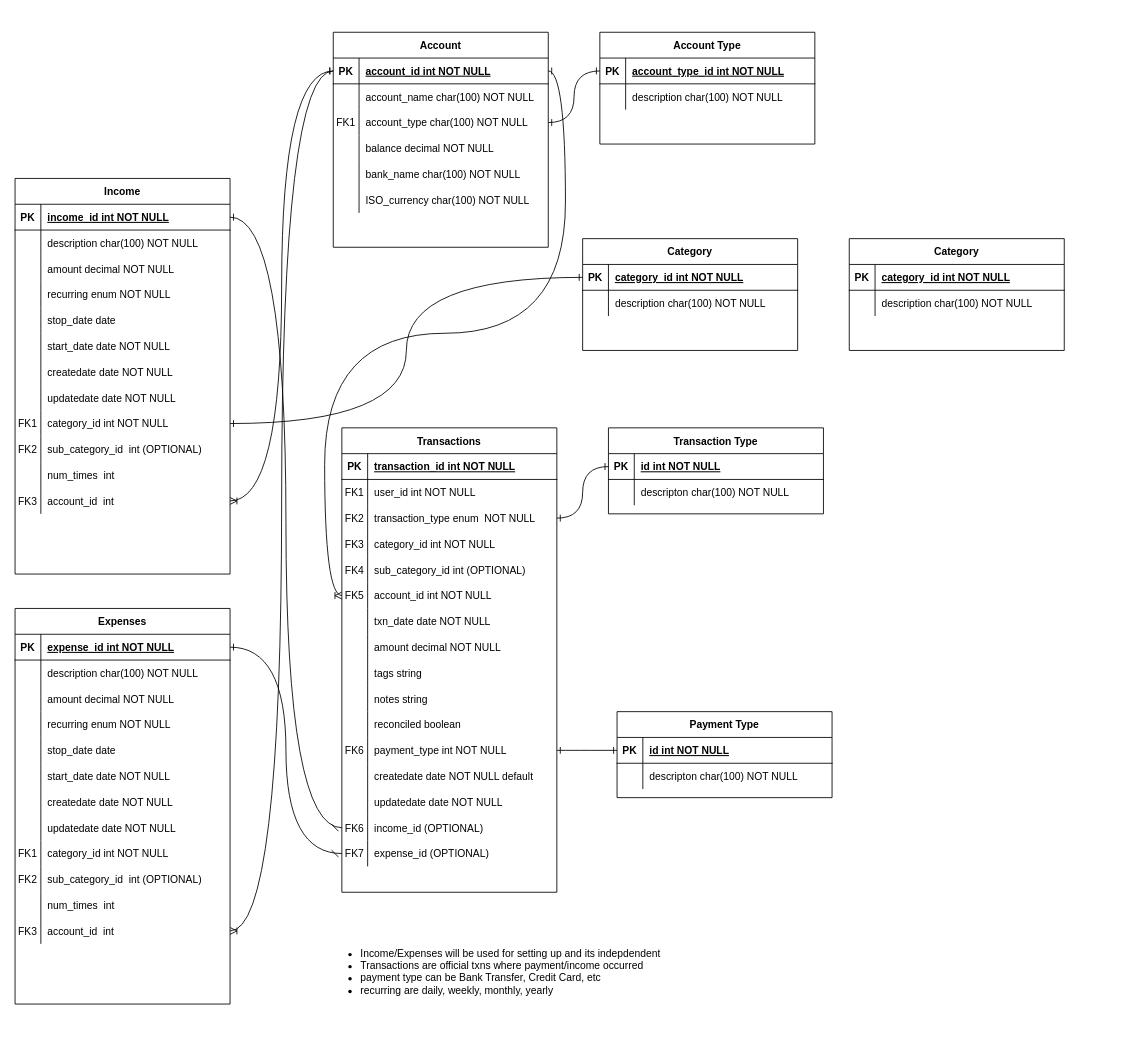
Earlier version of the draw.io diagram mockitplace.drawio (itpreneur/123-Essential-JavaScript-Interview-Questions). Source tidied: cells renumbered, new cells numbered last; positions are measured from the earlier drawing's top-left corner, leaving out a move shared by most shapes. Both pictures are drawn from the tidied source at 86%, with x=0, y=0 at pixel (15, 32).
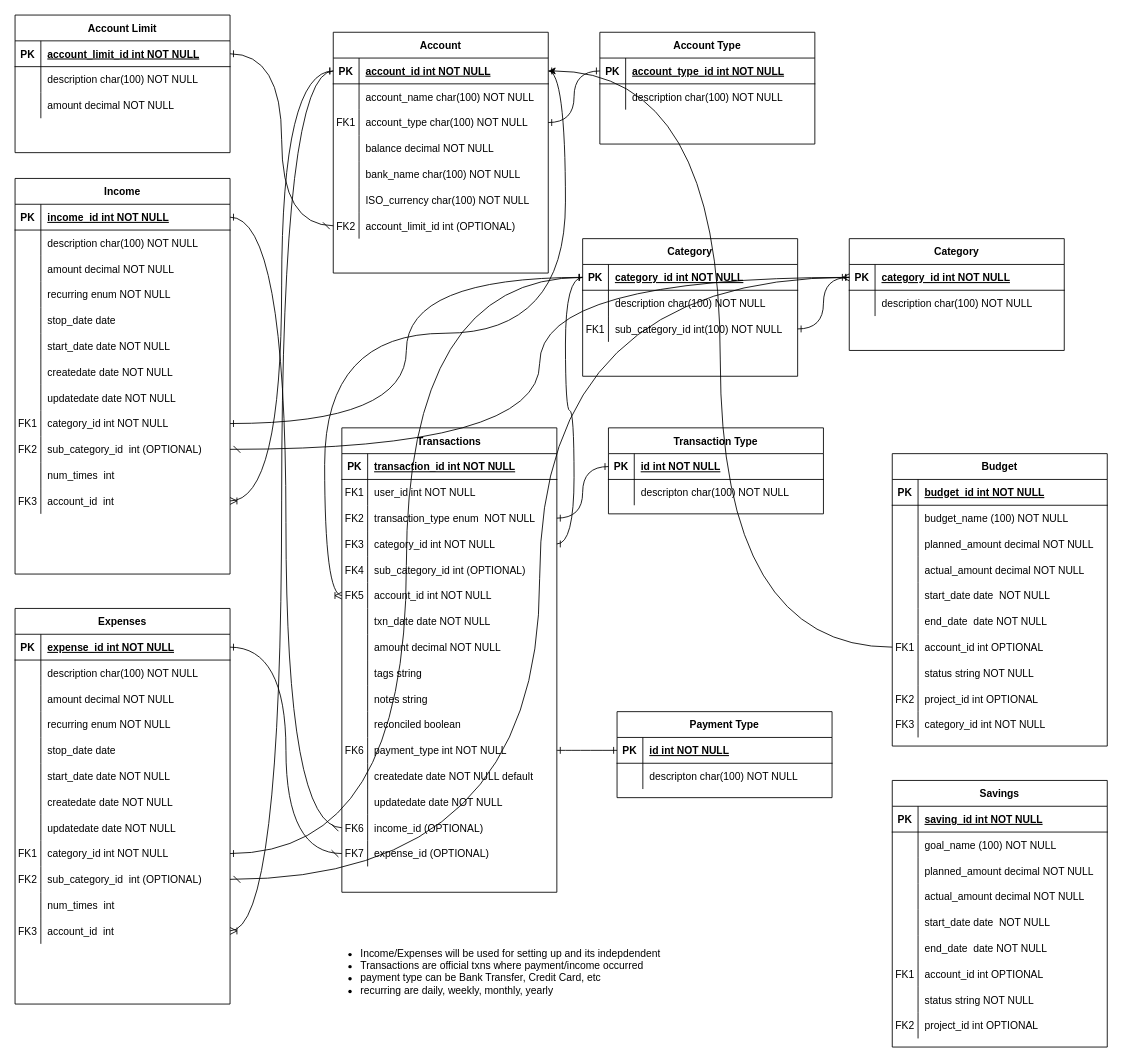
After the change.

The change refers to these unchanged cells:
```xml
<mxCell id="12" style="shape=partialRectangle;fillColor=none;points=[[0,0.5],[1,0.5]];portConstraint=eastwest;top=0;left=0;right=0;bottom=0;" parent="2" vertex="1">
  <mxGeometry y="120" width="250" height="30" as="geometry" />
</mxCell>
<mxCell id="52" style="shape=partialRectangle;fillColor=none;points=[[0,0.5],[1,0.5]];portConstraint=eastwest;top=0;left=0;right=0;bottom=1;" parent="51" vertex="1">
  <mxGeometry y="30" width="250" height="30" as="geometry" />
</mxCell>
<mxCell id="114" style="shape=partialRectangle;fillColor=none;points=[[0,0.5],[1,0.5]];portConstraint=eastwest;top=0;left=0;right=0;bottom=0;" parent="86" vertex="1">
  <mxGeometry y="300" width="250" height="30" as="geometry" />
</mxCell>
<mxCell id="148" style="shape=partialRectangle;fillColor=none;points=[[0,0.5],[1,0.5]];portConstraint=eastwest;top=0;left=0;right=0;bottom=0;" parent="123" vertex="1">
  <mxGeometry y="270" width="250" height="30" as="geometry" />
</mxCell>
<mxCell id="151" style="shape=partialRectangle;fillColor=none;points=[[0,0.5],[1,0.5]];portConstraint=eastwest;top=0;left=0;right=0;bottom=0;" parent="123" vertex="1">
  <mxGeometry y="300" width="250" height="30" as="geometry" />
</mxCell>
<mxCell id="175" style="shape=partialRectangle;fillColor=none;points=[[0,0.5],[1,0.5]];portConstraint=eastwest;top=0;left=0;right=0;bottom=1;" parent="174" vertex="1">
  <mxGeometry y="30" width="250" height="30" as="geometry" />
</mxCell>
<mxCell id="182" style="shape=partialRectangle;fillColor=none;points=[[0,0.5],[1,0.5]];portConstraint=eastwest;top=0;left=0;right=0;bottom=1;" parent="181" vertex="1">
  <mxGeometry y="30" width="250" height="30" as="geometry" />
</mxCell>
```

Diff of the diagram source:
```diff
@@
     <mxCell id="51" value="Account" style="shape=table;startSize=30;childLayout=tableLayout;rowLines=0;fontStyle=1;align=center;" parent="1" vertex="1">
-      <mxGeometry x="370" width="250" height="250" as="geometry" />
+      <mxGeometry x="370" width="250" height="280" as="geometry" />
     </mxCell>
@@
+    <mxCell id="189" style="shape=partialRectangle;fillColor=none;points=[[0,0.5],[1,0.5]];portConstraint=eastwest;top=0;left=0;right=0;bottom=0;" parent="51" vertex="1">
+      <mxGeometry y="210" width="250" height="30" as="geometry" />
+    </mxCell>
+    <mxCell id="190" value="FK2" style="shape=partialRectangle;overflow=hidden;fillColor=none;top=0;left=0;bottom=0;right=0;" parent="189" vertex="1">
+      <mxGeometry width="30" height="30" as="geometry" />
+    </mxCell>
+    <mxCell id="191" value="account_limit_id int (OPTIONAL)" style="shape=partialRectangle;overflow=hidden;fillColor=none;top=0;left=0;bottom=0;right=0;align=left;spacingLeft=6;" parent="189" vertex="1">
+      <mxGeometry x="30" width="220" height="30" as="geometry" />
+    </mxCell>
@@
     <mxCell id="174" value="Category" style="shape=table;startSize=30;childLayout=tableLayout;rowLines=0;fontStyle=1;align=center;" parent="1" vertex="1">
-      <mxGeometry x="660" y="240" width="250" height="130" as="geometry" />
+      <mxGeometry x="660" y="240" width="250" height="160" as="geometry" />
     </mxCell>
@@
+    <mxCell id="192" style="shape=partialRectangle;fillColor=none;points=[[0,0.5],[1,0.5]];portConstraint=eastwest;top=0;left=0;right=0;bottom=0;" parent="174" vertex="1">
+      <mxGeometry y="90" width="250" height="30" as="geometry" />
+    </mxCell>
+    <mxCell id="193" value="FK1" style="shape=partialRectangle;overflow=hidden;fillColor=none;top=0;left=0;bottom=0;right=0;" parent="192" vertex="1">
+      <mxGeometry width="30" height="30" as="geometry" />
+    </mxCell>
+    <mxCell id="194" value="sub_category_id int(100) NOT NULL" style="shape=partialRectangle;overflow=hidden;fillColor=none;top=0;left=0;bottom=0;right=0;align=left;spacingLeft=6;" parent="192" vertex="1">
+      <mxGeometry x="30" width="220" height="30" as="geometry" />
+    </mxCell>
@@
+    <mxCell id="195" style="edgeStyle=orthogonalEdgeStyle;rounded=0;jettySize=auto;html=1;curved=1;startArrow=ERone;startFill=0;endArrow=ERoneToMany;endFill=0;" parent="1" edge="1" source="192" target="182">
+      <mxGeometry relative="1" as="geometry" />
+    </mxCell>
+    <mxCell id="196" style="edgeStyle=orthogonalEdgeStyle;rounded=0;jettySize=auto;html=1;curved=1;startArrow=ERone;startFill=0;endArrow=ERone;endFill=0;" parent="1" edge="1" source="12" target="175">
+      <mxGeometry relative="1" as="geometry" />
+    </mxCell>
+    <mxCell id="197" style="edgeStyle=orthogonalEdgeStyle;rounded=0;jettySize=auto;html=1;entryX=0;entryY=0.5;entryDx=0;entryDy=0;curved=1;startArrow=ERone;startFill=0;endArrow=ERone;endFill=0;" parent="1" edge="1" source="148" target="175">
+      <mxGeometry relative="1" as="geometry" />
+    </mxCell>
+    <mxCell id="198" style="edgeStyle=orthogonalEdgeStyle;rounded=0;jettySize=auto;html=1;curved=1;startArrow=dash;startFill=0;endArrow=ERone;endFill=0;" parent="1" edge="1" source="114" target="182">
+      <mxGeometry relative="1" as="geometry" />
+    </mxCell>
+    <mxCell id="199" style="edgeStyle=orthogonalEdgeStyle;rounded=0;jettySize=auto;html=1;curved=1;startArrow=dash;startFill=0;endArrow=ERone;endFill=0;" parent="1" edge="1" source="151" target="182">
+      <mxGeometry relative="1" as="geometry" />
+    </mxCell>
+    <mxCell id="200" value="Account Limit" style="shape=table;startSize=30;childLayout=tableLayout;rowLines=0;fontStyle=1;align=center;" parent="1" vertex="1">
+      <mxGeometry y="-20" width="250" height="160" as="geometry" />
+    </mxCell>
+    <mxCell id="201" style="shape=partialRectangle;fillColor=none;points=[[0,0.5],[1,0.5]];portConstraint=eastwest;top=0;left=0;right=0;bottom=1;" parent="200" vertex="1">
+      <mxGeometry y="30" width="250" height="30" as="geometry" />
+    </mxCell>
+    <mxCell id="202" value="PK" style="shape=partialRectangle;overflow=hidden;fillColor=none;top=0;left=0;bottom=0;right=0;fontStyle=1;" parent="201" vertex="1">
+      <mxGeometry width="30" height="30" as="geometry" />
+    </mxCell>
+    <mxCell id="203" value="account_limit_id int NOT NULL " style="shape=partialRectangle;overflow=hidden;fillColor=none;top=0;left=0;bottom=0;right=0;align=left;spacingLeft=6;fontStyle=5;" parent="201" vertex="1">
+      <mxGeometry x="30" width="220" height="30" as="geometry" />
+    </mxCell>
+    <mxCell id="204" style="shape=partialRectangle;fillColor=none;top=0;left=0;right=0;bottom=0;" parent="200" vertex="1">
+      <mxGeometry y="60" width="250" height="30" as="geometry" />
+    </mxCell>
+    <mxCell id="205" style="shape=partialRectangle;overflow=hidden;fillColor=none;top=0;left=0;bottom=0;right=0;" parent="204" vertex="1">
+      <mxGeometry width="30" height="30" as="geometry" />
+    </mxCell>
+    <mxCell id="206" value="description char(100) NOT NULL" style="shape=partialRectangle;overflow=hidden;fillColor=none;top=0;left=0;bottom=0;right=0;align=left;spacingLeft=6;" parent="204" vertex="1">
+      <mxGeometry x="30" width="220" height="30" as="geometry" />
+    </mxCell>
+    <mxCell id="207" style="shape=partialRectangle;fillColor=none;top=0;left=0;right=0;bottom=0;" parent="200" vertex="1">
+      <mxGeometry y="90" width="250" height="30" as="geometry" />
+    </mxCell>
+    <mxCell id="208" style="shape=partialRectangle;overflow=hidden;fillColor=none;top=0;left=0;bottom=0;right=0;" parent="207" vertex="1">
+      <mxGeometry width="30" height="30" as="geometry" />
+    </mxCell>
+    <mxCell id="209" value="amount decimal NOT NULL" style="shape=partialRectangle;overflow=hidden;fillColor=none;top=0;left=0;bottom=0;right=0;align=left;spacingLeft=6;" parent="207" vertex="1">
+      <mxGeometry x="30" width="220" height="30" as="geometry" />
+    </mxCell>
+    <mxCell id="210" style="edgeStyle=orthogonalEdgeStyle;rounded=0;jettySize=auto;html=1;entryX=1;entryY=0.5;entryDx=0;entryDy=0;curved=1;startArrow=dash;startFill=0;endArrow=ERone;endFill=0;" parent="1" edge="1" source="189" target="201">
+      <mxGeometry relative="1" as="geometry" />
+    </mxCell>
+    <mxCell id="211" value="Savings" style="shape=table;startSize=30;childLayout=tableLayout;rowLines=0;fontStyle=1;align=center;" parent="1" vertex="1">
+      <mxGeometry x="1020" y="870" width="250" height="310" as="geometry" />
+    </mxCell>
+    <mxCell id="212" style="shape=partialRectangle;fillColor=none;top=0;left=0;right=0;bottom=1;" parent="211" vertex="1">
+      <mxGeometry y="30" width="250" height="30" as="geometry" />
+    </mxCell>
+    <mxCell id="213" value="PK" style="shape=partialRectangle;overflow=hidden;fillColor=none;top=0;left=0;bottom=0;right=0;fontStyle=1;" parent="212" vertex="1">
+      <mxGeometry width="30" height="30" as="geometry" />
+    </mxCell>
+    <mxCell id="214" value="saving_id int NOT NULL " style="shape=partialRectangle;overflow=hidden;fillColor=none;top=0;left=0;bottom=0;right=0;align=left;spacingLeft=6;fontStyle=5;" parent="212" vertex="1">
+      <mxGeometry x="30" width="220" height="30" as="geometry" />
+    </mxCell>
+    <mxCell id="215" style="shape=partialRectangle;fillColor=none;top=0;left=0;right=0;bottom=0;" parent="211" vertex="1">
+      <mxGeometry y="60" width="250" height="30" as="geometry" />
+    </mxCell>
+    <mxCell id="216" style="shape=partialRectangle;overflow=hidden;fillColor=none;top=0;left=0;bottom=0;right=0;" parent="215" vertex="1">
+      <mxGeometry width="30" height="30" as="geometry" />
+    </mxCell>
+    <mxCell id="217" value="goal_name (100) NOT NULL" style="shape=partialRectangle;overflow=hidden;fillColor=none;top=0;left=0;bottom=0;right=0;align=left;spacingLeft=6;" parent="215" vertex="1">
+      <mxGeometry x="30" width="220" height="30" as="geometry" />
+    </mxCell>
+    <mxCell id="218" style="shape=partialRectangle;fillColor=none;top=0;left=0;right=0;bottom=0;" parent="211" vertex="1">
+      <mxGeometry y="90" width="250" height="30" as="geometry" />
+    </mxCell>
+    <mxCell id="219" style="shape=partialRectangle;overflow=hidden;fillColor=none;top=0;left=0;bottom=0;right=0;" parent="218" vertex="1">
+      <mxGeometry width="30" height="30" as="geometry" />
+    </mxCell>
+    <mxCell id="220" value="planned_amount decimal NOT NULL" style="shape=partialRectangle;overflow=hidden;fillColor=none;top=0;left=0;bottom=0;right=0;align=left;spacingLeft=6;" parent="218" vertex="1">
+      <mxGeometry x="30" width="220" height="30" as="geometry" />
+    </mxCell>
+    <mxCell id="221" style="shape=partialRectangle;fillColor=none;top=0;left=0;right=0;bottom=0;" parent="211" vertex="1">
+      <mxGeometry y="120" width="250" height="30" as="geometry" />
+    </mxCell>
+    <mxCell id="222" style="shape=partialRectangle;overflow=hidden;fillColor=none;top=0;left=0;bottom=0;right=0;" parent="221" vertex="1">
+      <mxGeometry width="30" height="30" as="geometry" />
+    </mxCell>
+    <mxCell id="223" value="actual_amount decimal NOT NULL" style="shape=partialRectangle;overflow=hidden;fillColor=none;top=0;left=0;bottom=0;right=0;align=left;spacingLeft=6;" parent="221" vertex="1">
+      <mxGeometry x="30" width="220" height="30" as="geometry" />
+    </mxCell>
+    <mxCell id="224" style="shape=partialRectangle;fillColor=none;top=0;left=0;right=0;bottom=0;" parent="211" vertex="1">
+      <mxGeometry y="150" width="250" height="30" as="geometry" />
+    </mxCell>
+    <mxCell id="225" style="shape=partialRectangle;overflow=hidden;fillColor=none;top=0;left=0;bottom=0;right=0;" parent="224" vertex="1">
+      <mxGeometry width="30" height="30" as="geometry" />
+    </mxCell>
+    <mxCell id="226" value="start_date date  NOT NULL" style="shape=partialRectangle;overflow=hidden;fillColor=none;top=0;left=0;bottom=0;right=0;align=left;spacingLeft=6;" parent="224" vertex="1">
+      <mxGeometry x="30" width="220" height="30" as="geometry" />
+    </mxCell>
+    <mxCell id="227" style="shape=partialRectangle;fillColor=none;top=0;left=0;right=0;bottom=0;" parent="211" vertex="1">
+      <mxGeometry y="180" width="250" height="30" as="geometry" />
+    </mxCell>
+    <mxCell id="228" style="shape=partialRectangle;overflow=hidden;fillColor=none;top=0;left=0;bottom=0;right=0;" parent="227" vertex="1">
+      <mxGeometry width="30" height="30" as="geometry" />
+    </mxCell>
+    <mxCell id="229" value="end_date  date NOT NULL" style="shape=partialRectangle;overflow=hidden;fillColor=none;top=0;left=0;bottom=0;right=0;align=left;spacingLeft=6;" parent="227" vertex="1">
+      <mxGeometry x="30" width="220" height="30" as="geometry" />
+    </mxCell>
+    <mxCell id="230" style="shape=partialRectangle;fillColor=none;top=0;left=0;right=0;bottom=0;" parent="211" vertex="1">
+      <mxGeometry y="210" width="250" height="30" as="geometry" />
+    </mxCell>
+    <mxCell id="231" value="FK1" style="shape=partialRectangle;overflow=hidden;fillColor=none;top=0;left=0;bottom=0;right=0;" parent="230" vertex="1">
+      <mxGeometry width="30" height="30" as="geometry" />
+    </mxCell>
+    <mxCell id="232" value="account_id int OPTIONAL" style="shape=partialRectangle;overflow=hidden;fillColor=none;top=0;left=0;bottom=0;right=0;align=left;spacingLeft=6;" parent="230" vertex="1">
+      <mxGeometry x="30" width="220" height="30" as="geometry" />
+    </mxCell>
+    <mxCell id="233" style="shape=partialRectangle;fillColor=none;top=0;left=0;right=0;bottom=0;" parent="211" vertex="1">
+      <mxGeometry y="240" width="250" height="30" as="geometry" />
+    </mxCell>
+    <mxCell id="234" style="shape=partialRectangle;overflow=hidden;fillColor=none;top=0;left=0;bottom=0;right=0;" parent="233" vertex="1">
+      <mxGeometry width="30" height="30" as="geometry" />
+    </mxCell>
+    <mxCell id="235" value="status string NOT NULL" style="shape=partialRectangle;overflow=hidden;fillColor=none;top=0;left=0;bottom=0;right=0;align=left;spacingLeft=6;" parent="233" vertex="1">
+      <mxGeometry x="30" width="220" height="30" as="geometry" />
+    </mxCell>
+    <mxCell id="236" style="shape=partialRectangle;fillColor=none;top=0;left=0;right=0;bottom=0;" parent="211" vertex="1">
+      <mxGeometry y="270" width="250" height="30" as="geometry" />
+    </mxCell>
+    <mxCell id="237" value="FK2" style="shape=partialRectangle;overflow=hidden;fillColor=none;top=0;left=0;bottom=0;right=0;" parent="236" vertex="1">
+      <mxGeometry width="30" height="30" as="geometry" />
+    </mxCell>
+    <mxCell id="238" value="project_id int OPTIONAL" style="shape=partialRectangle;overflow=hidden;fillColor=none;top=0;left=0;bottom=0;right=0;align=left;spacingLeft=6;" parent="236" vertex="1">
+      <mxGeometry x="30" width="220" height="30" as="geometry" />
+    </mxCell>
+    <mxCell id="239" value="Budget" style="shape=table;startSize=30;childLayout=tableLayout;rowLines=0;fontStyle=1;align=center;" parent="1" vertex="1">
+      <mxGeometry x="1020" y="490" width="250" height="340" as="geometry" />
+    </mxCell>
+    <mxCell id="240" style="shape=partialRectangle;fillColor=none;top=0;left=0;right=0;bottom=1;" parent="239" vertex="1">
+      <mxGeometry y="30" width="250" height="30" as="geometry" />
+    </mxCell>
+    <mxCell id="241" value="PK" style="shape=partialRectangle;overflow=hidden;fillColor=none;top=0;left=0;bottom=0;right=0;fontStyle=1;" parent="240" vertex="1">
+      <mxGeometry width="30" height="30" as="geometry" />
+    </mxCell>
+    <mxCell id="242" value="budget_id int NOT NULL " style="shape=partialRectangle;overflow=hidden;fillColor=none;top=0;left=0;bottom=0;right=0;align=left;spacingLeft=6;fontStyle=5;" parent="240" vertex="1">
+      <mxGeometry x="30" width="220" height="30" as="geometry" />
+    </mxCell>
+    <mxCell id="243" style="shape=partialRectangle;fillColor=none;top=0;left=0;right=0;bottom=0;" parent="239" vertex="1">
+      <mxGeometry y="60" width="250" height="30" as="geometry" />
+    </mxCell>
+    <mxCell id="244" style="shape=partialRectangle;overflow=hidden;fillColor=none;top=0;left=0;bottom=0;right=0;" parent="243" vertex="1">
+      <mxGeometry width="30" height="30" as="geometry" />
+    </mxCell>
+    <mxCell id="245" value="budget_name (100) NOT NULL" style="shape=partialRectangle;overflow=hidden;fillColor=none;top=0;left=0;bottom=0;right=0;align=left;spacingLeft=6;" parent="243" vertex="1">
+      <mxGeometry x="30" width="220" height="30" as="geometry" />
+    </mxCell>
+    <mxCell id="246" style="shape=partialRectangle;fillColor=none;top=0;left=0;right=0;bottom=0;" parent="239" vertex="1">
+      <mxGeometry y="90" width="250" height="30" as="geometry" />
+    </mxCell>
+    <mxCell id="247" style="shape=partialRectangle;overflow=hidden;fillColor=none;top=0;left=0;bottom=0;right=0;" parent="246" vertex="1">
+      <mxGeometry width="30" height="30" as="geometry" />
+    </mxCell>
+    <mxCell id="248" value="planned_amount decimal NOT NULL" style="shape=partialRectangle;overflow=hidden;fillColor=none;top=0;left=0;bottom=0;right=0;align=left;spacingLeft=6;" parent="246" vertex="1">
+      <mxGeometry x="30" width="220" height="30" as="geometry" />
+    </mxCell>
+    <mxCell id="249" style="shape=partialRectangle;fillColor=none;top=0;left=0;right=0;bottom=0;" parent="239" vertex="1">
+      <mxGeometry y="120" width="250" height="30" as="geometry" />
+    </mxCell>
+    <mxCell id="250" style="shape=partialRectangle;overflow=hidden;fillColor=none;top=0;left=0;bottom=0;right=0;" parent="249" vertex="1">
+      <mxGeometry width="30" height="30" as="geometry" />
+    </mxCell>
+    <mxCell id="251" value="actual_amount decimal NOT NULL" style="shape=partialRectangle;overflow=hidden;fillColor=none;top=0;left=0;bottom=0;right=0;align=left;spacingLeft=6;" parent="249" vertex="1">
+      <mxGeometry x="30" width="220" height="30" as="geometry" />
+    </mxCell>
+    <mxCell id="252" style="shape=partialRectangle;fillColor=none;top=0;left=0;right=0;bottom=0;" parent="239" vertex="1">
+      <mxGeometry y="150" width="250" height="30" as="geometry" />
+    </mxCell>
+    <mxCell id="253" style="shape=partialRectangle;overflow=hidden;fillColor=none;top=0;left=0;bottom=0;right=0;" parent="252" vertex="1">
+      <mxGeometry width="30" height="30" as="geometry" />
+    </mxCell>
+    <mxCell id="254" value="start_date date  NOT NULL" style="shape=partialRectangle;overflow=hidden;fillColor=none;top=0;left=0;bottom=0;right=0;align=left;spacingLeft=6;" parent="252" vertex="1">
+      <mxGeometry x="30" width="220" height="30" as="geometry" />
+    </mxCell>
+    <mxCell id="255" style="shape=partialRectangle;fillColor=none;top=0;left=0;right=0;bottom=0;" parent="239" vertex="1">
+      <mxGeometry y="180" width="250" height="30" as="geometry" />
+    </mxCell>
+    <mxCell id="256" style="shape=partialRectangle;overflow=hidden;fillColor=none;top=0;left=0;bottom=0;right=0;" parent="255" vertex="1">
+      <mxGeometry width="30" height="30" as="geometry" />
+    </mxCell>
+    <mxCell id="257" value="end_date  date NOT NULL" style="shape=partialRectangle;overflow=hidden;fillColor=none;top=0;left=0;bottom=0;right=0;align=left;spacingLeft=6;" parent="255" vertex="1">
+      <mxGeometry x="30" width="220" height="30" as="geometry" />
+    </mxCell>
+    <mxCell id="258" style="shape=partialRectangle;fillColor=none;points=[[0,0.5],[1,0.5]];portConstraint=eastwest;top=0;left=0;right=0;bottom=0;" parent="239" vertex="1">
+      <mxGeometry y="210" width="250" height="30" as="geometry" />
+    </mxCell>
+    <mxCell id="259" value="FK1" style="shape=partialRectangle;overflow=hidden;fillColor=none;top=0;left=0;bottom=0;right=0;" parent="258" vertex="1">
+      <mxGeometry width="30" height="30" as="geometry" />
+    </mxCell>
+    <mxCell id="260" value="account_id int OPTIONAL" style="shape=partialRectangle;overflow=hidden;fillColor=none;top=0;left=0;bottom=0;right=0;align=left;spacingLeft=6;" parent="258" vertex="1">
+      <mxGeometry x="30" width="220" height="30" as="geometry" />
+    </mxCell>
+    <mxCell id="261" style="shape=partialRectangle;fillColor=none;top=0;left=0;right=0;bottom=0;" parent="239" vertex="1">
+      <mxGeometry y="240" width="250" height="30" as="geometry" />
+    </mxCell>
+    <mxCell id="262" style="shape=partialRectangle;overflow=hidden;fillColor=none;top=0;left=0;bottom=0;right=0;" parent="261" vertex="1">
+      <mxGeometry width="30" height="30" as="geometry" />
+    </mxCell>
+    <mxCell id="263" value="status string NOT NULL" style="shape=partialRectangle;overflow=hidden;fillColor=none;top=0;left=0;bottom=0;right=0;align=left;spacingLeft=6;" parent="261" vertex="1">
+      <mxGeometry x="30" width="220" height="30" as="geometry" />
+    </mxCell>
+    <mxCell id="264" style="shape=partialRectangle;fillColor=none;top=0;left=0;right=0;bottom=0;" parent="239" vertex="1">
+      <mxGeometry y="270" width="250" height="30" as="geometry" />
+    </mxCell>
+    <mxCell id="265" value="FK2" style="shape=partialRectangle;overflow=hidden;fillColor=none;top=0;left=0;bottom=0;right=0;" parent="264" vertex="1">
+      <mxGeometry width="30" height="30" as="geometry" />
+    </mxCell>
+    <mxCell id="266" value="project_id int OPTIONAL" style="shape=partialRectangle;overflow=hidden;fillColor=none;top=0;left=0;bottom=0;right=0;align=left;spacingLeft=6;" parent="264" vertex="1">
+      <mxGeometry x="30" width="220" height="30" as="geometry" />
+    </mxCell>
+    <mxCell id="267" style="shape=partialRectangle;fillColor=none;top=0;left=0;right=0;bottom=0;" parent="239" vertex="1">
+      <mxGeometry y="300" width="250" height="30" as="geometry" />
+    </mxCell>
+    <mxCell id="268" value="FK3" style="shape=partialRectangle;overflow=hidden;fillColor=none;top=0;left=0;bottom=0;right=0;" parent="267" vertex="1">
+      <mxGeometry width="30" height="30" as="geometry" />
+    </mxCell>
+    <mxCell id="269" value="category_id int NOT NULL" style="shape=partialRectangle;overflow=hidden;fillColor=none;top=0;left=0;bottom=0;right=0;align=left;spacingLeft=6;" parent="267" vertex="1">
+      <mxGeometry x="30" width="220" height="30" as="geometry" />
+    </mxCell>
+    <mxCell id="270" style="edgeStyle=orthogonalEdgeStyle;rounded=0;jettySize=auto;html=1;entryX=1;entryY=0.5;entryDx=0;entryDy=0;curved=1;" parent="1" edge="1" source="258" target="52">
+      <mxGeometry relative="1" as="geometry" />
+    </mxCell>
```
